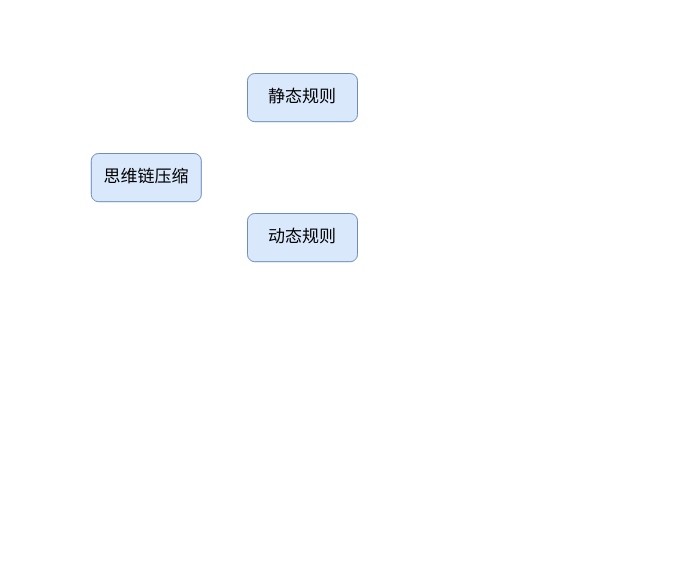
This is 思维链压缩思维导图.drawio from bozhao-li/hello-world, a draw.io file, before an edit. Source tidied: cells renumbered, new cells numbered last; positions are measured from the earlier drawing's top-left corner, leaving out a move shared by most shapes. Both pictures are drawn from the tidied source at 100%, with x=0, y=0 at pixel (91, 73).
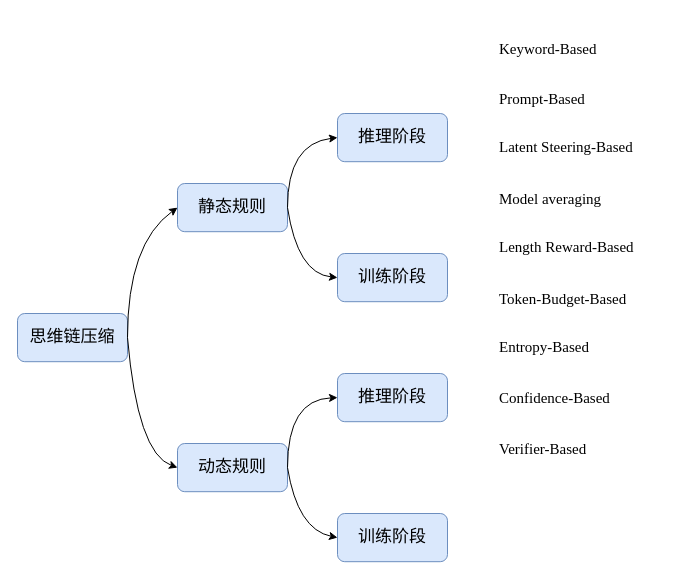
The same page after the edit.

Commit message (it also covers changes not shown here):
更新思维链压缩思维导图.drawio

Diff of the diagram source:
```diff
@@
     <mxCell id="2" value="&lt;font style=&quot;font-size: 17px;&quot;&gt;&lt;span style=&quot;text-wrap-mode: nowrap;&quot;&gt;思维链压缩&lt;/span&gt;&lt;/font&gt;" style="rounded=1;whiteSpace=wrap;html=1;fillColor=#dae8fc;strokeColor=#6c8ebf;fontFamily=Kaiti;" parent="1" vertex="1">
-      <mxGeometry x="-0.2" y="80" width="110" height="48.2" as="geometry" />
+      <mxGeometry x="-74" y="240" width="110" height="48.2" as="geometry" />
     </mxCell>
     <mxCell id="3" value="&lt;span style=&quot;font-size: 17px; text-wrap-mode: nowrap;&quot;&gt;静态规则&lt;/span&gt;" style="rounded=1;whiteSpace=wrap;html=1;fillColor=#dae8fc;strokeColor=#6c8ebf;fontFamily=Kaiti;" parent="1" vertex="1">
-      <mxGeometry x="156" width="110" height="48.2" as="geometry" />
+      <mxGeometry x="86" y="110" width="110" height="48.2" as="geometry" />
     </mxCell>
     <mxCell id="4" value="&lt;span style=&quot;font-size: 17px; text-wrap-mode: nowrap;&quot;&gt;动态规则&lt;/span&gt;" style="rounded=1;whiteSpace=wrap;html=1;fillColor=#dae8fc;strokeColor=#6c8ebf;fontFamily=Kaiti;" parent="1" vertex="1">
-      <mxGeometry x="156" y="140" width="110" height="48.2" as="geometry" />
+      <mxGeometry x="86" y="370" width="110" height="48.2" as="geometry" />
     </mxCell>
+    <mxCell id="5" value="&lt;span style=&quot;font-size: 17px; text-wrap-mode: nowrap;&quot;&gt;推理阶段&lt;/span&gt;" style="rounded=1;whiteSpace=wrap;html=1;fillColor=#dae8fc;strokeColor=#6c8ebf;fontFamily=Kaiti;" parent="1" vertex="1">
+      <mxGeometry x="246" y="40" width="110" height="48.2" as="geometry" />
+    </mxCell>
+    <mxCell id="6" value="&lt;span style=&quot;font-size: 17px; text-wrap-mode: nowrap;&quot;&gt;训练阶段&lt;/span&gt;" style="rounded=1;whiteSpace=wrap;html=1;fillColor=#dae8fc;strokeColor=#6c8ebf;fontFamily=Kaiti;" parent="1" vertex="1">
+      <mxGeometry x="246" y="180" width="110" height="48.2" as="geometry" />
+    </mxCell>
+    <mxCell id="7" value="&lt;span style=&quot;font-size: 17px; text-wrap-mode: nowrap;&quot;&gt;推理阶段&lt;/span&gt;" style="rounded=1;whiteSpace=wrap;html=1;fillColor=#dae8fc;strokeColor=#6c8ebf;fontFamily=Kaiti;" parent="1" vertex="1">
+      <mxGeometry x="246" y="300" width="110" height="48.2" as="geometry" />
+    </mxCell>
+    <mxCell id="8" value="&lt;span style=&quot;font-size: 17px; text-wrap-mode: nowrap;&quot;&gt;训练阶段&lt;/span&gt;" style="rounded=1;whiteSpace=wrap;html=1;fillColor=#dae8fc;strokeColor=#6c8ebf;fontFamily=Kaiti;" parent="1" vertex="1">
+      <mxGeometry x="246" y="440" width="110" height="48.2" as="geometry" />
+    </mxCell>
+    <mxCell id="9" style="curved=1;endArrow=classic;html=1;rounded=0;exitX=1;exitY=0.5;exitDx=0;exitDy=0;entryX=0;entryY=0.5;entryDx=0;entryDy=0;" parent="1" edge="1" source="2" target="3">
+      <mxGeometry relative="1" as="geometry">
+        <Array as="points">
+          <mxPoint x="36" y="170" />
+        </Array>
+      </mxGeometry>
+    </mxCell>
+    <mxCell id="10" style="curved=1;endArrow=classic;html=1;rounded=0;exitX=1;exitY=0.5;exitDx=0;exitDy=0;entryX=0;entryY=0.5;entryDx=0;entryDy=0;" parent="1" edge="1" source="2" target="4">
+      <mxGeometry relative="1" as="geometry">
+        <Array as="points">
+          <mxPoint x="46" y="380" />
+        </Array>
+      </mxGeometry>
+    </mxCell>
+    <mxCell id="11" style="curved=1;endArrow=classic;html=1;rounded=0;entryX=0;entryY=0.5;entryDx=0;entryDy=0;exitX=1;exitY=0.5;exitDx=0;exitDy=0;" parent="1" edge="1" source="3" target="5">
+      <mxGeometry relative="1" as="geometry">
+        <Array as="points">
+          <mxPoint x="196" y="70" />
+        </Array>
+      </mxGeometry>
+    </mxCell>
+    <mxCell id="12" style="curved=1;endArrow=classic;html=1;rounded=0;entryX=0;entryY=0.5;entryDx=0;entryDy=0;exitX=1;exitY=0.5;exitDx=0;exitDy=0;" parent="1" edge="1" source="4" target="7">
+      <mxGeometry relative="1" as="geometry">
+        <Array as="points">
+          <mxPoint x="196" y="326" />
+        </Array>
+      </mxGeometry>
+    </mxCell>
+    <mxCell id="13" style="curved=1;endArrow=classic;html=1;rounded=0;exitX=1;exitY=0.5;exitDx=0;exitDy=0;entryX=0;entryY=0.5;entryDx=0;entryDy=0;" parent="1" edge="1" source="3" target="6">
+      <mxGeometry relative="1" as="geometry">
+        <Array as="points">
+          <mxPoint x="206" y="200" />
+        </Array>
+      </mxGeometry>
+    </mxCell>
+    <mxCell id="14" style="curved=1;endArrow=classic;html=1;rounded=0;exitX=1;exitY=0.5;exitDx=0;exitDy=0;entryX=0;entryY=0.5;entryDx=0;entryDy=0;" parent="1" edge="1" source="4" target="8">
+      <mxGeometry relative="1" as="geometry">
+        <Array as="points">
+          <mxPoint x="206" y="456" />
+        </Array>
+      </mxGeometry>
+    </mxCell>
+    <mxCell id="15" value="&lt;h4 style=&quot;font-size: 16px;&quot;&gt;&lt;span style=&quot;font-family: 楷体; font-weight: normal;&quot;&gt;&lt;font style=&quot;font-size: 15px;&quot; face=&quot;Times New Roman&quot;&gt;Keyword-Based&lt;/font&gt;&lt;/span&gt;&lt;/h4&gt;" style="text;html=1;whiteSpace=wrap;strokeColor=none;fillColor=none;align=left;verticalAlign=middle;rounded=0;" parent="1" vertex="1">
+      <mxGeometry x="406" y="-40" width="120" height="30" as="geometry" />
+    </mxCell>
+    <mxCell id="16" value="&lt;h4 style=&quot;&quot;&gt;&lt;font face=&quot;Times New Roman&quot;&gt;&lt;span style=&quot;font-size: 15px; font-weight: 400;&quot;&gt;Prompt-Based&lt;/span&gt;&lt;/font&gt;&lt;/h4&gt;" style="text;html=1;whiteSpace=wrap;strokeColor=none;fillColor=none;align=left;verticalAlign=middle;rounded=0;" parent="1" vertex="1">
+      <mxGeometry x="406" y="10" width="120" height="30" as="geometry" />
+    </mxCell>
+    <mxCell id="17" value="&lt;h4 style=&quot;&quot;&gt;&lt;font face=&quot;Times New Roman&quot;&gt;&lt;span style=&quot;font-size: 15px; font-weight: 400;&quot;&gt;Latent Steering-Based&lt;/span&gt;&lt;/font&gt;&lt;/h4&gt;" style="text;html=1;whiteSpace=wrap;strokeColor=none;fillColor=none;align=left;verticalAlign=middle;rounded=0;" parent="1" vertex="1">
+      <mxGeometry x="406" y="58.2" width="160" height="30" as="geometry" />
+    </mxCell>
+    <mxCell id="18" value="&lt;h4 style=&quot;&quot;&gt;&lt;font face=&quot;Times New Roman&quot;&gt;&lt;span style=&quot;font-size: 15px; font-weight: 400;&quot;&gt;Model averaging&lt;/span&gt;&lt;/font&gt;&lt;/h4&gt;" style="text;html=1;whiteSpace=wrap;strokeColor=none;fillColor=none;align=left;verticalAlign=middle;rounded=0;" parent="1" vertex="1">
+      <mxGeometry x="406" y="110" width="120" height="30" as="geometry" />
+    </mxCell>
+    <mxCell id="19" value="&lt;h4 style=&quot;&quot;&gt;&lt;font face=&quot;Times New Roman&quot;&gt;&lt;span style=&quot;font-size: 15px; font-weight: 400;&quot;&gt;Length Reward-Based&lt;/span&gt;&lt;/font&gt;&lt;/h4&gt;" style="text;html=1;whiteSpace=wrap;strokeColor=none;fillColor=none;align=left;verticalAlign=middle;rounded=0;" parent="1" vertex="1">
+      <mxGeometry x="406" y="158.2" width="160" height="30" as="geometry" />
+    </mxCell>
+    <mxCell id="20" value="&lt;h4 style=&quot;&quot;&gt;&lt;font face=&quot;Times New Roman&quot;&gt;&lt;span style=&quot;font-size: 15px; font-weight: 400;&quot;&gt;Token-Budget-Based&lt;/span&gt;&lt;/font&gt;&lt;/h4&gt;" style="text;html=1;whiteSpace=wrap;strokeColor=none;fillColor=none;align=left;verticalAlign=middle;rounded=0;" parent="1" vertex="1">
+      <mxGeometry x="406" y="210" width="160" height="30" as="geometry" />
+    </mxCell>
+    <mxCell id="21" value="&lt;h4 style=&quot;&quot;&gt;&lt;font face=&quot;Times New Roman&quot;&gt;&lt;span style=&quot;font-size: 15px; font-weight: 400;&quot;&gt;Entropy-Based&lt;/span&gt;&lt;/font&gt;&lt;/h4&gt;" style="text;html=1;whiteSpace=wrap;strokeColor=none;fillColor=none;align=left;verticalAlign=middle;rounded=0;" parent="1" vertex="1">
+      <mxGeometry x="406" y="258.2" width="160" height="30" as="geometry" />
+    </mxCell>
+    <mxCell id="22" value="&lt;h4 style=&quot;&quot;&gt;&lt;font face=&quot;Times New Roman&quot;&gt;&lt;span style=&quot;font-size: 15px; font-weight: 400;&quot;&gt;Confidence-Based&lt;/span&gt;&lt;/font&gt;&lt;/h4&gt;" style="text;html=1;whiteSpace=wrap;strokeColor=none;fillColor=none;align=left;verticalAlign=middle;rounded=0;" parent="1" vertex="1">
+      <mxGeometry x="406" y="309.1" width="160" height="30" as="geometry" />
+    </mxCell>
+    <mxCell id="23" value="&lt;h4 style=&quot;&quot;&gt;&lt;font face=&quot;Times New Roman&quot;&gt;&lt;span style=&quot;font-size: 15px; font-weight: 400;&quot;&gt;Verifier-Based&lt;/span&gt;&lt;/font&gt;&lt;/h4&gt;" style="text;html=1;whiteSpace=wrap;strokeColor=none;fillColor=none;align=left;verticalAlign=middle;rounded=0;" parent="1" vertex="1">
+      <mxGeometry x="406" y="360" width="160" height="30" as="geometry" />
+    </mxCell>
```
